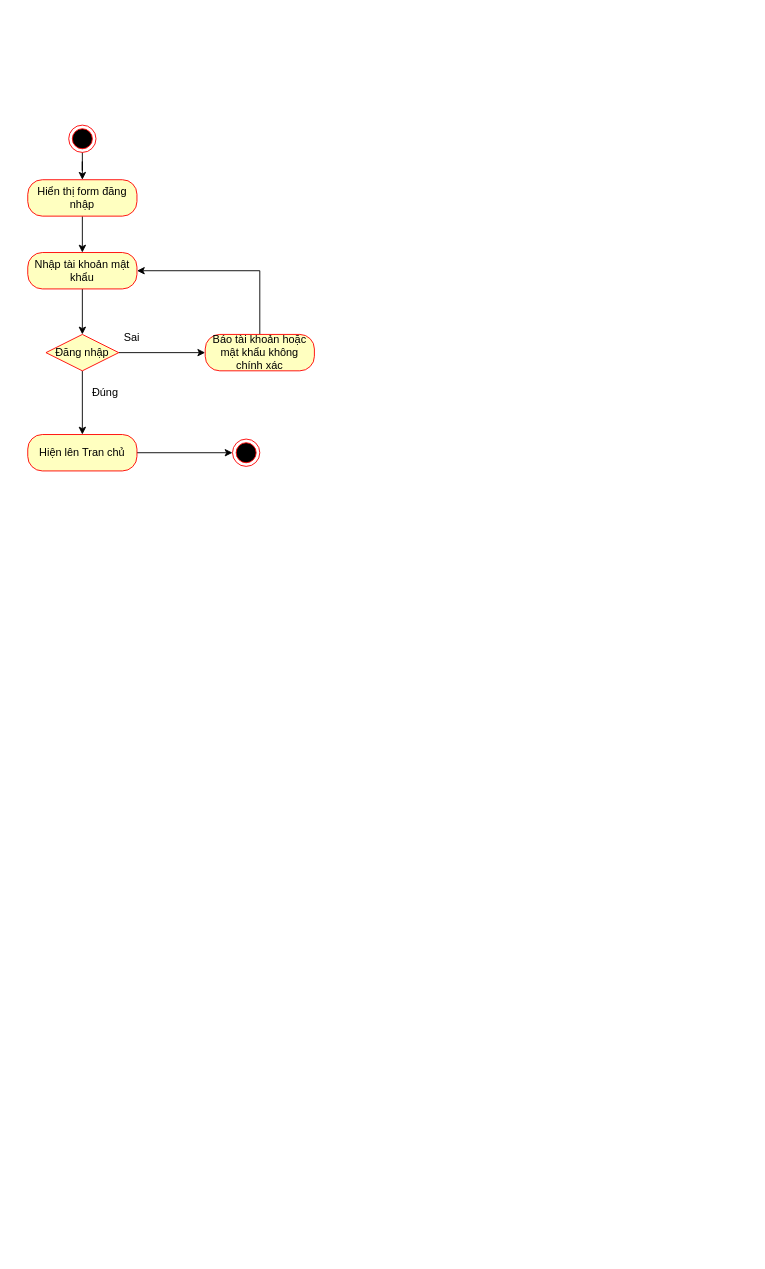
This is Untitled Diagram.drawio from PhamHuyThien/top-food, a draw.io file, before an edit. Source tidied: cells renumbered, new cells numbered last; positions are measured from the earlier drawing's top-left corner, leaving out a move shared by most shapes. Both pictures are drawn from the tidied source at 91%, with x=0, y=0 at pixel (27, 125).
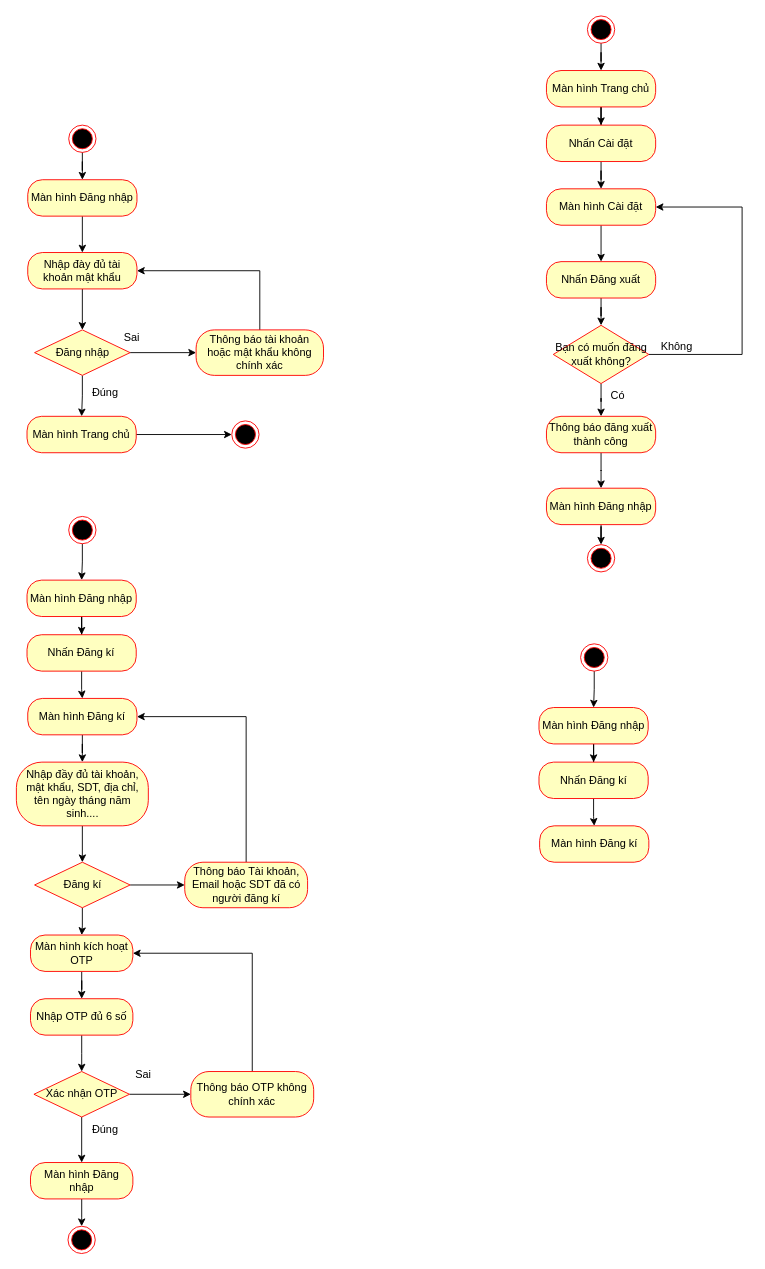
The same diagram, later.

Commit message:
update mockup logout, register

The edit, as a diff of the source:
```diff
@@
-    <mxCell id="5" value="Hiển thị form đăng nhập" style="rounded=1;whiteSpace=wrap;html=1;arcSize=40;fontColor=#000000;fillColor=#ffffc0;strokeColor=#ff0000;" parent="1" vertex="1">
+    <mxCell id="5" value="Màn hình Đăng nhập" style="rounded=1;whiteSpace=wrap;html=1;arcSize=40;fontColor=#000000;fillColor=#ffffc0;strokeColor=#ff0000;" parent="1" vertex="1">
       <mxGeometry y="60" width="120" height="40" as="geometry" />
     </mxCell>
@@
-    <mxCell id="7" value="Nhập tài khoản mật khẩu" style="rounded=1;whiteSpace=wrap;html=1;arcSize=40;fontColor=#000000;fillColor=#ffffc0;strokeColor=#ff0000;" parent="1" vertex="1">
+    <mxCell id="7" value="Nhập đày đủ tài khoản mật khẩu" style="rounded=1;whiteSpace=wrap;html=1;arcSize=40;fontColor=#000000;fillColor=#ffffc0;strokeColor=#ff0000;" parent="1" vertex="1">
       <mxGeometry y="140" width="120" height="40" as="geometry" />
     </mxCell>
@@
     <mxCell id="10" value="Đăng nhập" style="rhombus;whiteSpace=wrap;html=1;fillColor=#ffffc0;strokeColor=#ff0000;" parent="1" vertex="1">
-      <mxGeometry x="20" y="230" width="80" height="40" as="geometry" />
+      <mxGeometry x="7.5" y="225" width="105" height="50" as="geometry" />
     </mxCell>
@@
-    <mxCell id="12" value="Báo tài khoản hoặc mật khẩu không chính xác" style="rounded=1;whiteSpace=wrap;html=1;arcSize=40;fontColor=#000000;fillColor=#ffffc0;strokeColor=#ff0000;" parent="1" vertex="1">
-      <mxGeometry x="195" y="230" width="120" height="40" as="geometry" />
+    <mxCell id="12" value="Thông báo tài khoản hoặc mật khẩu không chính xác" style="rounded=1;whiteSpace=wrap;html=1;arcSize=40;fontColor=#000000;fillColor=#ffffc0;strokeColor=#ff0000;" parent="1" vertex="1">
+      <mxGeometry x="185" y="225" width="140" height="50" as="geometry" />
     </mxCell>
@@
-    <mxCell id="14" value="Hiện lên Tran chủ" style="rounded=1;whiteSpace=wrap;html=1;arcSize=40;fontColor=#000000;fillColor=#ffffc0;strokeColor=#ff0000;" parent="1" vertex="1">
-      <mxGeometry y="340" width="120" height="40" as="geometry" />
+    <mxCell id="14" value="Màn hình Trang chủ" style="rounded=1;whiteSpace=wrap;html=1;arcSize=40;fontColor=#000000;fillColor=#ffffc0;strokeColor=#ff0000;" parent="1" vertex="1">
+      <mxGeometry x="-0.8" y="320" width="120" height="40" as="geometry" />
     </mxCell>
     <mxCell id="15" style="ellipse;html=1;shape=endState;fillColor=#000000;strokeColor=#ff0000;" parent="1" vertex="1">
-      <mxGeometry x="225" y="345" width="30" height="30" as="geometry" />
+      <mxGeometry x="224.2" y="325" width="30" height="30" as="geometry" />
     </mxCell>
@@
+    <mxCell id="18" style="edgeStyle=orthogonalEdgeStyle;rounded=0;jettySize=auto;html=1;" parent="1" edge="1" source="19" target="60">
+      <mxGeometry relative="1" as="geometry" />
+    </mxCell>
+    <mxCell id="19" style="ellipse;html=1;shape=endState;fillColor=#000000;strokeColor=#ff0000;" parent="1" vertex="1">
+      <mxGeometry x="45" y="430" width="30" height="30" as="geometry" />
+    </mxCell>
+    <mxCell id="20" style="edgeStyle=orthogonalEdgeStyle;rounded=0;jettySize=auto;html=1;" parent="1" edge="1" source="21" target="23">
+      <mxGeometry relative="1" as="geometry" />
+    </mxCell>
+    <mxCell id="21" value="Màn hình Đăng kí" style="rounded=1;whiteSpace=wrap;html=1;arcSize=40;fontColor=#000000;fillColor=#ffffc0;strokeColor=#ff0000;" parent="1" vertex="1">
+      <mxGeometry y="630" width="120" height="40" as="geometry" />
+    </mxCell>
+    <mxCell id="22" style="edgeStyle=orthogonalEdgeStyle;rounded=0;jettySize=auto;html=1;" parent="1" edge="1" source="23" target="26">
+      <mxGeometry relative="1" as="geometry" />
+    </mxCell>
+    <mxCell id="23" value="Nhập đầy đủ tài khoản, mật khẩu, SDT, địa chỉ, tên ngày tháng năm sinh...." style="rounded=1;whiteSpace=wrap;html=1;arcSize=40;fontColor=#000000;fillColor=#ffffc0;strokeColor=#ff0000;" parent="1" vertex="1">
+      <mxGeometry x="-12.5" y="700" width="145" height="70" as="geometry" />
+    </mxCell>
+    <mxCell id="24" style="edgeStyle=orthogonalEdgeStyle;rounded=0;jettySize=auto;html=1;" parent="1" edge="1" source="26" target="30">
+      <mxGeometry relative="1" as="geometry" />
+    </mxCell>
+    <mxCell id="25" style="edgeStyle=orthogonalEdgeStyle;rounded=0;jettySize=auto;html=1;" parent="1" edge="1" source="26" target="28">
+      <mxGeometry relative="1" as="geometry" />
+    </mxCell>
+    <mxCell id="26" value="Đăng kí" style="rhombus;whiteSpace=wrap;html=1;fillColor=#ffffc0;strokeColor=#ff0000;" parent="1" vertex="1">
+      <mxGeometry x="7.5" y="810" width="105" height="50" as="geometry" />
+    </mxCell>
+    <mxCell id="27" style="edgeStyle=orthogonalEdgeStyle;rounded=0;jettySize=auto;html=1;entryX=1;entryY=0.5;entryDx=0;entryDy=0;" parent="1" edge="1" source="28" target="21">
+      <mxGeometry relative="1" as="geometry">
+        <Array as="points">
+          <mxPoint x="240" y="650" />
+        </Array>
+      </mxGeometry>
+    </mxCell>
+    <mxCell id="28" value="Thông báo Tài khoản, Email hoặc SDT đã có người đăng kí" style="rounded=1;whiteSpace=wrap;html=1;arcSize=40;fontColor=#000000;fillColor=#ffffc0;strokeColor=#ff0000;" parent="1" vertex="1">
+      <mxGeometry x="172.5" y="810" width="135" height="50" as="geometry" />
+    </mxCell>
+    <mxCell id="29" style="edgeStyle=orthogonalEdgeStyle;rounded=0;jettySize=auto;html=1;" parent="1" edge="1" source="30" target="35">
+      <mxGeometry relative="1" as="geometry" />
+    </mxCell>
+    <mxCell id="30" value="Màn hình kích hoạt OTP" style="rounded=1;whiteSpace=wrap;html=1;arcSize=40;fontColor=#000000;fillColor=#ffffc0;strokeColor=#ff0000;" parent="1" vertex="1">
+      <mxGeometry x="3" y="890" width="112.5" height="40" as="geometry" />
+    </mxCell>
+    <mxCell id="31" style="edgeStyle=orthogonalEdgeStyle;rounded=0;jettySize=auto;html=1;entryX=0.5;entryY=0;entryDx=0;entryDy=0;" parent="1" edge="1" source="33" target="39">
+      <mxGeometry relative="1" as="geometry" />
+    </mxCell>
+    <mxCell id="32" style="edgeStyle=orthogonalEdgeStyle;rounded=0;jettySize=auto;html=1;" parent="1" edge="1" source="33" target="37">
+      <mxGeometry relative="1" as="geometry" />
+    </mxCell>
+    <mxCell id="33" value="Xác nhận OTP" style="rhombus;whiteSpace=wrap;html=1;fillColor=#ffffc0;strokeColor=#ff0000;" parent="1" vertex="1">
+      <mxGeometry x="6.8" y="1040" width="105" height="50" as="geometry" />
+    </mxCell>
+    <mxCell id="34" style="edgeStyle=orthogonalEdgeStyle;rounded=0;jettySize=auto;html=1;" parent="1" edge="1" source="35" target="33">
+      <mxGeometry relative="1" as="geometry" />
+    </mxCell>
+    <mxCell id="35" value="Nhập OTP đủ 6 số" style="rounded=1;whiteSpace=wrap;html=1;arcSize=40;fontColor=#000000;fillColor=#ffffc0;strokeColor=#ff0000;" parent="1" vertex="1">
+      <mxGeometry x="3" y="960" width="112.5" height="40" as="geometry" />
+    </mxCell>
+    <mxCell id="36" style="edgeStyle=orthogonalEdgeStyle;rounded=0;jettySize=auto;html=1;entryX=1;entryY=0.5;entryDx=0;entryDy=0;" parent="1" edge="1" source="37" target="30">
+      <mxGeometry relative="1" as="geometry">
+        <Array as="points">
+          <mxPoint x="247.2" y="910" />
+        </Array>
+      </mxGeometry>
+    </mxCell>
+    <mxCell id="37" value="Thông báo OTP không chính xác" style="rounded=1;whiteSpace=wrap;html=1;arcSize=40;fontColor=#000000;fillColor=#ffffc0;strokeColor=#ff0000;" parent="1" vertex="1">
+      <mxGeometry x="179.2" y="1040" width="135" height="50" as="geometry" />
+    </mxCell>
+    <mxCell id="38" style="edgeStyle=orthogonalEdgeStyle;rounded=0;jettySize=auto;html=1;entryX=0.5;entryY=0;entryDx=0;entryDy=0;" parent="1" edge="1" source="39" target="40">
+      <mxGeometry relative="1" as="geometry" />
+    </mxCell>
+    <mxCell id="39" value="Màn hình Đăng nhập" style="rounded=1;whiteSpace=wrap;html=1;arcSize=40;fontColor=#000000;fillColor=#ffffc0;strokeColor=#ff0000;" parent="1" vertex="1">
+      <mxGeometry x="3" y="1140" width="112.5" height="40" as="geometry" />
+    </mxCell>
+    <mxCell id="40" style="ellipse;html=1;shape=endState;fillColor=#000000;strokeColor=#ff0000;" parent="1" vertex="1">
+      <mxGeometry x="44.2" y="1210" width="30" height="30" as="geometry" />
+    </mxCell>
+    <mxCell id="41" style="edgeStyle=orthogonalEdgeStyle;rounded=0;jettySize=auto;html=1;entryX=0.5;entryY=0;entryDx=0;entryDy=0;" parent="1" edge="1" source="42" target="56">
+      <mxGeometry relative="1" as="geometry" />
+    </mxCell>
+    <mxCell id="42" style="ellipse;html=1;shape=endState;fillColor=#000000;strokeColor=#ff0000;" parent="1" vertex="1">
+      <mxGeometry x="615" y="-120" width="30" height="30" as="geometry" />
+    </mxCell>
+    <mxCell id="43" style="edgeStyle=orthogonalEdgeStyle;rounded=0;jettySize=auto;html=1;" parent="1" edge="1" source="44" target="46">
+      <mxGeometry relative="1" as="geometry" />
+    </mxCell>
+    <mxCell id="44" value="Màn hình Cài đặt" style="rounded=1;whiteSpace=wrap;html=1;arcSize=40;fontColor=#000000;fillColor=#ffffc0;strokeColor=#ff0000;" parent="1" vertex="1">
+      <mxGeometry x="570" y="70" width="120" height="40" as="geometry" />
+    </mxCell>
+    <mxCell id="45" style="edgeStyle=orthogonalEdgeStyle;rounded=0;jettySize=auto;html=1;" parent="1" edge="1" source="46" target="49">
+      <mxGeometry relative="1" as="geometry" />
+    </mxCell>
+    <mxCell id="46" value="Nhấn Đăng xuất" style="rounded=1;whiteSpace=wrap;html=1;arcSize=40;fontColor=#000000;fillColor=#ffffc0;strokeColor=#ff0000;" parent="1" vertex="1">
+      <mxGeometry x="570" y="150" width="120" height="40" as="geometry" />
+    </mxCell>
+    <mxCell id="47" style="edgeStyle=orthogonalEdgeStyle;rounded=0;jettySize=auto;html=1;entryX=1;entryY=0.5;entryDx=0;entryDy=0;" parent="1" edge="1" source="49" target="44">
+      <mxGeometry relative="1" as="geometry">
+        <Array as="points">
+          <mxPoint x="785" y="252" />
+          <mxPoint x="785" y="90" />
+        </Array>
+      </mxGeometry>
+    </mxCell>
+    <mxCell id="48" style="edgeStyle=orthogonalEdgeStyle;rounded=0;jettySize=auto;html=1;" parent="1" edge="1" source="49" target="66">
+      <mxGeometry relative="1" as="geometry" />
+    </mxCell>
+    <mxCell id="49" value="Bạn có muốn đăng xuất không?" style="rhombus;whiteSpace=wrap;html=1;fillColor=#ffffc0;strokeColor=#ff0000;" parent="1" vertex="1">
+      <mxGeometry x="577.5" y="220" width="105" height="64" as="geometry" />
+    </mxCell>
+    <mxCell id="50" style="edgeStyle=orthogonalEdgeStyle;rounded=0;jettySize=auto;html=1;entryX=0.5;entryY=0;entryDx=0;entryDy=0;" parent="1" edge="1" source="51" target="52">
+      <mxGeometry relative="1" as="geometry" />
+    </mxCell>
+    <mxCell id="51" value="Màn hình Đăng nhập" style="rounded=1;whiteSpace=wrap;html=1;arcSize=40;fontColor=#000000;fillColor=#ffffc0;strokeColor=#ff0000;" parent="1" vertex="1">
+      <mxGeometry x="570" y="399" width="120" height="40" as="geometry" />
+    </mxCell>
+    <mxCell id="52" style="ellipse;html=1;shape=endState;fillColor=#000000;strokeColor=#ff0000;" parent="1" vertex="1">
+      <mxGeometry x="615" y="461" width="30" height="30" as="geometry" />
+    </mxCell>
+    <mxCell id="53" value="Không" style="text;strokeColor=none;fillColor=none;align=left;verticalAlign=top;spacingLeft=4;spacingRight=4;overflow=hidden;" parent="1" vertex="1">
+      <mxGeometry x="690" y="230" width="100" height="26" as="geometry" />
+    </mxCell>
+    <mxCell id="54" value="Có" style="text;strokeColor=none;fillColor=none;align=left;verticalAlign=top;spacingLeft=4;spacingRight=4;overflow=hidden;" parent="1" vertex="1">
+      <mxGeometry x="635" y="284" width="100" height="26" as="geometry" />
+    </mxCell>
+    <mxCell id="55" style="edgeStyle=orthogonalEdgeStyle;rounded=0;jettySize=auto;html=1;" parent="1" edge="1" source="56" target="58">
+      <mxGeometry relative="1" as="geometry" />
+    </mxCell>
+    <mxCell id="56" value="Màn hình Trang chủ" style="rounded=1;whiteSpace=wrap;html=1;arcSize=40;fontColor=#000000;fillColor=#ffffc0;strokeColor=#ff0000;" parent="1" vertex="1">
+      <mxGeometry x="570" y="-60" width="120" height="40" as="geometry" />
+    </mxCell>
+    <mxCell id="57" style="edgeStyle=orthogonalEdgeStyle;rounded=0;jettySize=auto;html=1;" parent="1" edge="1" source="58" target="44">
+      <mxGeometry relative="1" as="geometry" />
+    </mxCell>
+    <mxCell id="58" value="Nhấn Cài đặt" style="rounded=1;whiteSpace=wrap;html=1;arcSize=40;fontColor=#000000;fillColor=#ffffc0;strokeColor=#ff0000;" parent="1" vertex="1">
+      <mxGeometry x="570" width="120" height="40" as="geometry" />
+    </mxCell>
+    <mxCell id="59" style="edgeStyle=orthogonalEdgeStyle;rounded=0;jettySize=auto;html=1;" parent="1" edge="1" source="60" target="62">
+      <mxGeometry relative="1" as="geometry" />
+    </mxCell>
+    <mxCell id="60" value="Màn hình Đăng nhập" style="rounded=1;whiteSpace=wrap;html=1;arcSize=40;fontColor=#000000;fillColor=#ffffc0;strokeColor=#ff0000;" parent="1" vertex="1">
+      <mxGeometry x="-0.8" y="500" width="120" height="40" as="geometry" />
+    </mxCell>
+    <mxCell id="61" style="edgeStyle=orthogonalEdgeStyle;rounded=0;jettySize=auto;html=1;" parent="1" edge="1" source="62" target="21">
+      <mxGeometry relative="1" as="geometry" />
+    </mxCell>
+    <mxCell id="62" value="Nhấn Đăng kí" style="rounded=1;whiteSpace=wrap;html=1;arcSize=40;fontColor=#000000;fillColor=#ffffc0;strokeColor=#ff0000;" parent="1" vertex="1">
+      <mxGeometry x="-0.8" y="560" width="120" height="40" as="geometry" />
+    </mxCell>
+    <mxCell id="63" value="Sai" style="text;strokeColor=none;fillColor=none;align=left;verticalAlign=top;spacingLeft=4;spacingRight=4;overflow=hidden;" parent="1" vertex="1">
+      <mxGeometry x="112.5" y="1030" width="100" height="26" as="geometry" />
+    </mxCell>
+    <mxCell id="64" value="Đúng" style="text;strokeColor=none;fillColor=none;align=left;verticalAlign=top;spacingLeft=4;spacingRight=4;overflow=hidden;" parent="1" vertex="1">
+      <mxGeometry x="65" y="1090" width="100" height="26" as="geometry" />
+    </mxCell>
+    <mxCell id="65" style="edgeStyle=orthogonalEdgeStyle;rounded=0;jettySize=auto;html=1;" parent="1" edge="1" source="66" target="51">
+      <mxGeometry relative="1" as="geometry" />
+    </mxCell>
+    <mxCell id="66" value="Thông báo đăng xuất thành công" style="rounded=1;whiteSpace=wrap;html=1;arcSize=40;fontColor=#000000;fillColor=#ffffc0;strokeColor=#ff0000;" parent="1" vertex="1">
+      <mxGeometry x="570" y="320" width="120" height="40" as="geometry" />
+    </mxCell>
+    <mxCell id="67" style="edgeStyle=orthogonalEdgeStyle;rounded=0;jettySize=auto;html=1;" parent="1" edge="1" source="68" target="71">
+      <mxGeometry relative="1" as="geometry" />
+    </mxCell>
+    <mxCell id="68" style="ellipse;html=1;shape=endState;fillColor=#000000;strokeColor=#ff0000;" parent="1" vertex="1">
+      <mxGeometry x="607.5" y="570" width="30" height="30" as="geometry" />
+    </mxCell>
+    <mxCell id="69" value="Màn hình Đăng kí" style="rounded=1;whiteSpace=wrap;html=1;arcSize=40;fontColor=#000000;fillColor=#ffffc0;strokeColor=#ff0000;" parent="1" vertex="1">
+      <mxGeometry x="562.5" y="770" width="120" height="40" as="geometry" />
+    </mxCell>
+    <mxCell id="70" style="edgeStyle=orthogonalEdgeStyle;rounded=0;jettySize=auto;html=1;" parent="1" edge="1" source="71" target="73">
+      <mxGeometry relative="1" as="geometry" />
+    </mxCell>
+    <mxCell id="71" value="Màn hình Đăng nhập" style="rounded=1;whiteSpace=wrap;html=1;arcSize=40;fontColor=#000000;fillColor=#ffffc0;strokeColor=#ff0000;" parent="1" vertex="1">
+      <mxGeometry x="561.8" y="640" width="120" height="40" as="geometry" />
+    </mxCell>
+    <mxCell id="72" style="edgeStyle=orthogonalEdgeStyle;rounded=0;jettySize=auto;html=1;" parent="1" edge="1" source="73" target="69">
+      <mxGeometry relative="1" as="geometry" />
+    </mxCell>
+    <mxCell id="73" value="Nhấn Đăng kí" style="rounded=1;whiteSpace=wrap;html=1;arcSize=40;fontColor=#000000;fillColor=#ffffc0;strokeColor=#ff0000;" parent="1" vertex="1">
+      <mxGeometry x="561.8" y="700" width="120" height="40" as="geometry" />
+    </mxCell>
```
